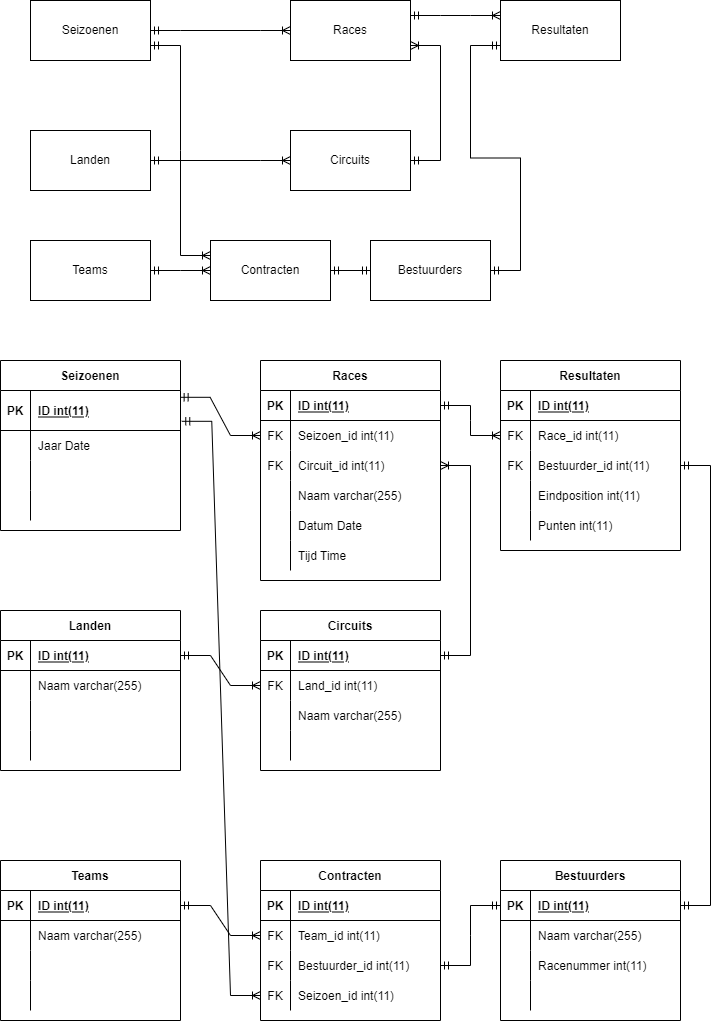
Above: F1 ERD.drawio.png in PeterVanKampen7/AO-B7-ERD (draw.io), before the change. Source tidied: cells renumbered, new cells last; positions are measured from the earlier drawing's top-left corner, leaving out a move shared by most shapes.
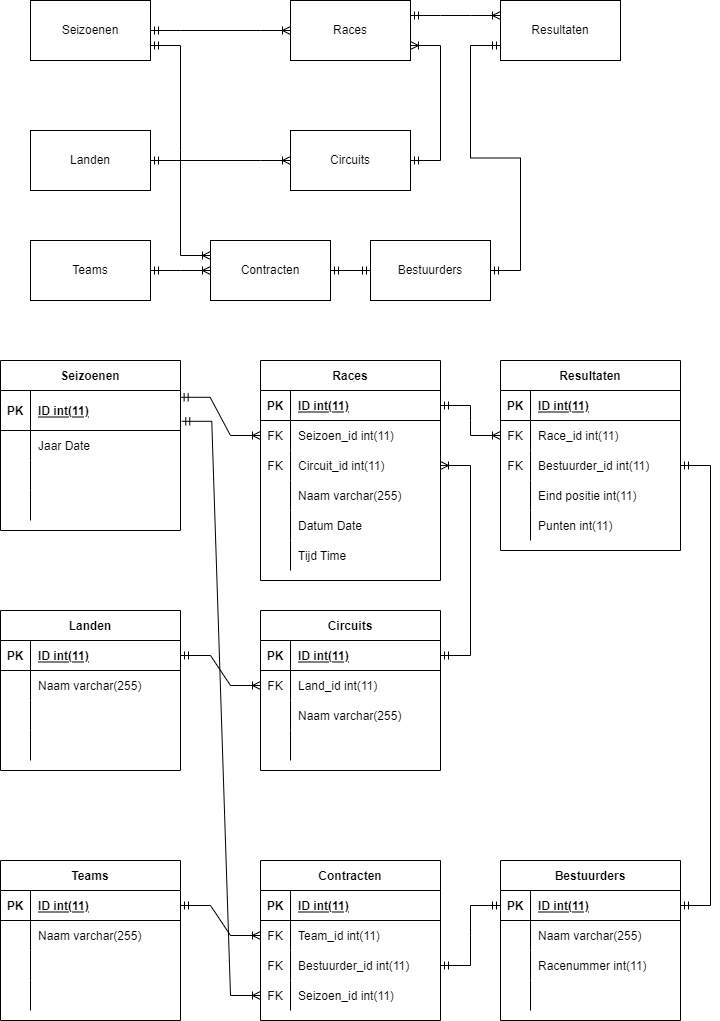
After the commit.

What changed in the source:
```diff
@@ -185,7 +185,7 @@
     <mxCell id="62" style="shape=partialRectangle;fillColor=none;top=0;left=0;bottom=0;right=0;overflow=hidden;" parent="61" vertex="1">
       <mxGeometry width="30" height="30" as="geometry" />
     </mxCell>
-    <mxCell id="63" value="Eindposition int(11)" style="shape=partialRectangle;fillColor=none;top=0;left=0;bottom=0;right=0;align=left;spacingLeft=6;overflow=hidden;" parent="61" vertex="1">
+    <mxCell id="63" value="Eind positie int(11)" style="shape=partialRectangle;fillColor=none;top=0;left=0;bottom=0;right=0;align=left;spacingLeft=6;overflow=hidden;" parent="61" vertex="1">
       <mxGeometry x="30" width="150" height="30" as="geometry" />
     </mxCell>
     <mxCell id="64" style="shape=tableRow;horizontal=0;startSize=0;swimlaneHead=0;swimlaneBody=0;fillColor=none;top=0;left=0;right=0;bottom=0;" parent="51" vertex="1">
```
